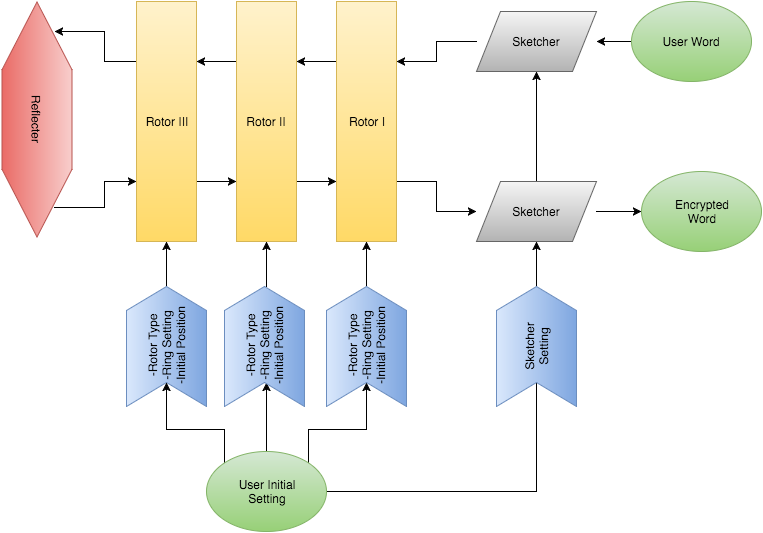
Above: reports/Lab5/enigma_machine_BD.png in junyshin/DSD_47 (draw.io), before the change. Source tidied: cells renumbered, new cells last; positions are measured from the earlier drawing's top-left corner, leaving out a move shared by most shapes. Its diagram source:
```xml
<mxGraphModel background="#FFFFFF">
  <root>
    <mxCell id="0" />
    <mxCell id="1" parent="0" />
    <mxCell id="2" style="edgeStyle=orthogonalEdgeStyle;rounded=0;html=1;exitX=1;exitY=0.75;entryX=0;entryY=0.5;jettySize=auto;" parent="1" edge="1" source="4" target="15">
      <mxGeometry relative="1" as="geometry" />
    </mxCell>
    <mxCell id="3" style="edgeStyle=orthogonalEdgeStyle;rounded=0;html=1;exitX=0;exitY=0.25;entryX=1;entryY=0.25;jettySize=auto;" parent="1" edge="1" source="4" target="7">
      <mxGeometry relative="1" as="geometry" />
    </mxCell>
    <mxCell id="4" value="Rotor I" style="whiteSpace=wrap;html=1;plain-yellow;" parent="1" vertex="1">
      <mxGeometry x="417" width="60" height="240" as="geometry" />
    </mxCell>
    <mxCell id="5" style="edgeStyle=orthogonalEdgeStyle;rounded=0;html=1;exitX=0;exitY=0.25;entryX=1;entryY=0.25;jettySize=auto;" parent="1" edge="1" source="7" target="10">
      <mxGeometry relative="1" as="geometry" />
    </mxCell>
    <mxCell id="6" style="edgeStyle=orthogonalEdgeStyle;rounded=0;html=1;exitX=1;exitY=0.75;entryX=0;entryY=0.75;jettySize=auto;" parent="1" edge="1" source="7" target="4">
      <mxGeometry relative="1" as="geometry" />
    </mxCell>
    <mxCell id="7" value="Rotor II" style="whiteSpace=wrap;html=1;plain-yellow;" parent="1" vertex="1">
      <mxGeometry x="317" width="60" height="240" as="geometry" />
    </mxCell>
    <mxCell id="8" style="edgeStyle=orthogonalEdgeStyle;rounded=0;html=1;exitX=0;exitY=0.25;entryX=0.125;entryY=0.25;entryPerimeter=0;jettySize=auto;" parent="1" edge="1" source="10" target="17">
      <mxGeometry relative="1" as="geometry" />
    </mxCell>
    <mxCell id="9" style="edgeStyle=orthogonalEdgeStyle;rounded=0;html=1;exitX=1;exitY=0.75;entryX=0;entryY=0.75;jettySize=auto;" parent="1" edge="1" source="10" target="7">
      <mxGeometry relative="1" as="geometry" />
    </mxCell>
    <mxCell id="10" value="Rotor III" style="whiteSpace=wrap;html=1;plain-yellow;" parent="1" vertex="1">
      <mxGeometry x="217" width="60" height="240" as="geometry" />
    </mxCell>
    <mxCell id="11" style="edgeStyle=orthogonalEdgeStyle;rounded=0;html=1;exitX=0;exitY=0.5;entryX=1;entryY=0.25;jettySize=auto;" parent="1" edge="1" source="12" target="4">
      <mxGeometry relative="1" as="geometry" />
    </mxCell>
    <mxCell id="12" value="Sketcher" style="shape=parallelogram;whiteSpace=wrap;html=1;plain-gray;" parent="1" vertex="1">
      <mxGeometry x="557" y="10" width="120" height="60" as="geometry" />
    </mxCell>
    <mxCell id="13" style="edgeStyle=orthogonalEdgeStyle;rounded=0;html=1;exitX=1;exitY=0.5;entryX=0;entryY=0.5;jettySize=auto;" parent="1" edge="1" source="15" target="24">
      <mxGeometry relative="1" as="geometry" />
    </mxCell>
    <mxCell id="14" style="edgeStyle=orthogonalEdgeStyle;rounded=0;html=1;exitX=0.5;exitY=0;jettySize=auto;" parent="1" edge="1" source="15" target="12">
      <mxGeometry relative="1" as="geometry" />
    </mxCell>
    <mxCell id="15" value="Sketcher" style="shape=parallelogram;whiteSpace=wrap;html=1;plain-gray;" parent="1" vertex="1">
      <mxGeometry x="557" y="180" width="120" height="60" as="geometry" />
    </mxCell>
    <mxCell id="16" style="edgeStyle=orthogonalEdgeStyle;rounded=0;html=1;exitX=0.875;exitY=0.25;exitPerimeter=0;entryX=0;entryY=0.75;jettySize=auto;" parent="1" edge="1" source="17" target="10">
      <mxGeometry relative="1" as="geometry" />
    </mxCell>
    <mxCell id="17" value="Reflecter" style="shape=hexagon;perimeter=hexagonPerimeter;whiteSpace=wrap;html=1;rotation=90;size=0.28829787234042553;plain-red;" parent="1" vertex="1">
      <mxGeometry y="83" width="235" height="70" as="geometry" />
    </mxCell>
    <mxCell id="18" style="edgeStyle=orthogonalEdgeStyle;rounded=0;html=1;exitX=1;exitY=0.5;exitPerimeter=0;entryX=0.5;entryY=1;jettySize=auto;" parent="1" edge="1" target="7">
      <mxGeometry relative="1" as="geometry">
        <mxPoint x="347" y="285" as="sourcePoint" />
      </mxGeometry>
    </mxCell>
    <mxCell id="19" style="edgeStyle=orthogonalEdgeStyle;rounded=0;html=1;exitX=1;exitY=0.5;exitPerimeter=0;entryX=0.5;entryY=1;jettySize=auto;" parent="1" edge="1" source="20" target="10">
      <mxGeometry relative="1" as="geometry" />
    </mxCell>
    <mxCell id="20" value="&lt;div&gt;-Rotor Type&lt;/div&gt;-Ring Setting&lt;div&gt;-Initial Position&lt;/div&gt;" style="shape=step;whiteSpace=wrap;html=1;rotation=-90;plain-blue;" parent="1" vertex="1">
      <mxGeometry x="187" y="305" width="120" height="80" as="geometry" />
    </mxCell>
    <mxCell id="21" style="edgeStyle=orthogonalEdgeStyle;rounded=0;html=1;exitX=1;exitY=0.5;exitPerimeter=0;entryX=0.5;entryY=1;jettySize=auto;" parent="1" edge="1" target="4">
      <mxGeometry relative="1" as="geometry">
        <mxPoint x="447" y="285" as="sourcePoint" />
      </mxGeometry>
    </mxCell>
    <mxCell id="22" style="edgeStyle=orthogonalEdgeStyle;rounded=0;html=1;exitX=0;exitY=0.5;entryX=1;entryY=0.5;jettySize=auto;" parent="1" edge="1" source="23" target="12">
      <mxGeometry relative="1" as="geometry" />
    </mxCell>
    <mxCell id="23" value="User Word" style="ellipse;whiteSpace=wrap;html=1;plain-green;" parent="1" vertex="1">
      <mxGeometry x="712" width="120" height="80" as="geometry" />
    </mxCell>
    <mxCell id="24" value="Encrypted&lt;div&gt;Word&lt;/div&gt;" style="ellipse;whiteSpace=wrap;html=1;plain-green;" parent="1" vertex="1">
      <mxGeometry x="722" y="170" width="120" height="80" as="geometry" />
    </mxCell>
    <mxCell id="25" style="edgeStyle=orthogonalEdgeStyle;rounded=0;html=1;exitX=0;exitY=0;entryX=0.2;entryY=0.5;entryPerimeter=0;jettySize=auto;" parent="1" edge="1" source="29" target="20">
      <mxGeometry relative="1" as="geometry" />
    </mxCell>
    <mxCell id="26" style="edgeStyle=orthogonalEdgeStyle;rounded=0;html=1;exitX=0.5;exitY=0;entryX=0.2;entryY=0.5;entryPerimeter=0;jettySize=auto;" parent="1" edge="1" source="29">
      <mxGeometry relative="1" as="geometry">
        <mxPoint x="347" y="381" as="targetPoint" />
      </mxGeometry>
    </mxCell>
    <mxCell id="27" style="edgeStyle=orthogonalEdgeStyle;rounded=0;html=1;exitX=1;exitY=0.5;entryX=0.5;entryY=1;jettySize=auto;" parent="1" edge="1" source="29" target="15">
      <mxGeometry relative="1" as="geometry" />
    </mxCell>
    <mxCell id="28" style="edgeStyle=orthogonalEdgeStyle;rounded=0;html=1;exitX=1;exitY=0;entryX=0.2;entryY=0.5;entryPerimeter=0;jettySize=auto;" parent="1" edge="1" source="29" target="31">
      <mxGeometry relative="1" as="geometry" />
    </mxCell>
    <mxCell id="29" value="User Initial&lt;div&gt;Setting&lt;/div&gt;" style="ellipse;whiteSpace=wrap;html=1;plain-green;" parent="1" vertex="1">
      <mxGeometry x="287" y="450" width="120" height="80" as="geometry" />
    </mxCell>
    <mxCell id="30" value="&lt;div&gt;-Rotor Type&lt;/div&gt;-Ring Setting&lt;div&gt;-Initial Position&lt;/div&gt;" style="shape=step;whiteSpace=wrap;html=1;rotation=-90;plain-blue;" parent="1" vertex="1">
      <mxGeometry x="285" y="305" width="120" height="80" as="geometry" />
    </mxCell>
    <mxCell id="31" value="&lt;div&gt;-Rotor Type&lt;/div&gt;-Ring Setting&lt;div&gt;-Initial Position&lt;/div&gt;" style="shape=step;whiteSpace=wrap;html=1;rotation=-90;plain-blue;" parent="1" vertex="1">
      <mxGeometry x="387" y="305" width="120" height="80" as="geometry" />
    </mxCell>
    <mxCell id="32" style="edgeStyle=orthogonalEdgeStyle;rounded=0;html=1;exitX=0.5;exitY=1;entryX=0.5;entryY=1;jettySize=auto;orthogonalLoop=1;" parent="1" edge="1" source="31" target="31">
      <mxGeometry relative="1" as="geometry" />
    </mxCell>
    <mxCell id="33" value="&lt;div&gt;Sketcher&lt;/div&gt;&lt;div&gt;Setting&lt;/div&gt;" style="shape=step;whiteSpace=wrap;html=1;rotation=-90;plain-blue;" parent="1" vertex="1">
      <mxGeometry x="557" y="305" width="120" height="80" as="geometry" />
    </mxCell>
  </root>
</mxGraphModel>
```
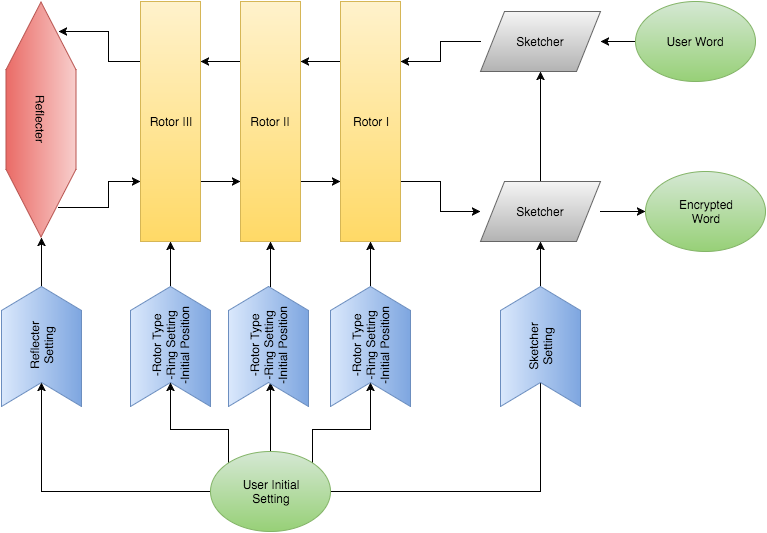
After the commit.

Diff of the diagram source:
```diff
@@ -89,6 +89,9 @@
     <mxCell id="28" style="edgeStyle=orthogonalEdgeStyle;rounded=0;html=1;exitX=1;exitY=0;entryX=0.2;entryY=0.5;entryPerimeter=0;jettySize=auto;" parent="1" edge="1" source="29" target="31">
       <mxGeometry relative="1" as="geometry" />
     </mxCell>
+    <mxCell id="34" style="edgeStyle=orthogonalEdgeStyle;rounded=0;html=1;exitX=0;exitY=0.5;entryX=0.2;entryY=0.5;entryPerimeter=0;jettySize=auto;" parent="1" edge="1" source="29" target="36">
+      <mxGeometry relative="1" as="geometry" />
+    </mxCell>
     <mxCell id="29" value="User Initial&lt;div&gt;Setting&lt;/div&gt;" style="ellipse;whiteSpace=wrap;html=1;plain-green;" parent="1" vertex="1">
       <mxGeometry x="287" y="450" width="120" height="80" as="geometry" />
     </mxCell>
@@ -104,5 +107,11 @@
     <mxCell id="33" value="&lt;div&gt;Sketcher&lt;/div&gt;&lt;div&gt;Setting&lt;/div&gt;" style="shape=step;whiteSpace=wrap;html=1;rotation=-90;plain-blue;" parent="1" vertex="1">
       <mxGeometry x="557" y="305" width="120" height="80" as="geometry" />
     </mxCell>
+    <mxCell id="35" style="edgeStyle=orthogonalEdgeStyle;rounded=0;html=1;exitX=1;exitY=0.5;exitPerimeter=0;entryX=1;entryY=0.5;jettySize=auto;" parent="1" edge="1" source="36" target="17">
+      <mxGeometry relative="1" as="geometry" />
+    </mxCell>
+    <mxCell id="36" value="&lt;div&gt;Reflecter&lt;/div&gt;&lt;div&gt;Setting&lt;/div&gt;" style="shape=step;whiteSpace=wrap;html=1;rotation=-90;plain-blue;" parent="1" vertex="1">
+      <mxGeometry x="58" y="305" width="120" height="80" as="geometry" />
+    </mxCell>
   </root>
 </mxGraphModel>
```
